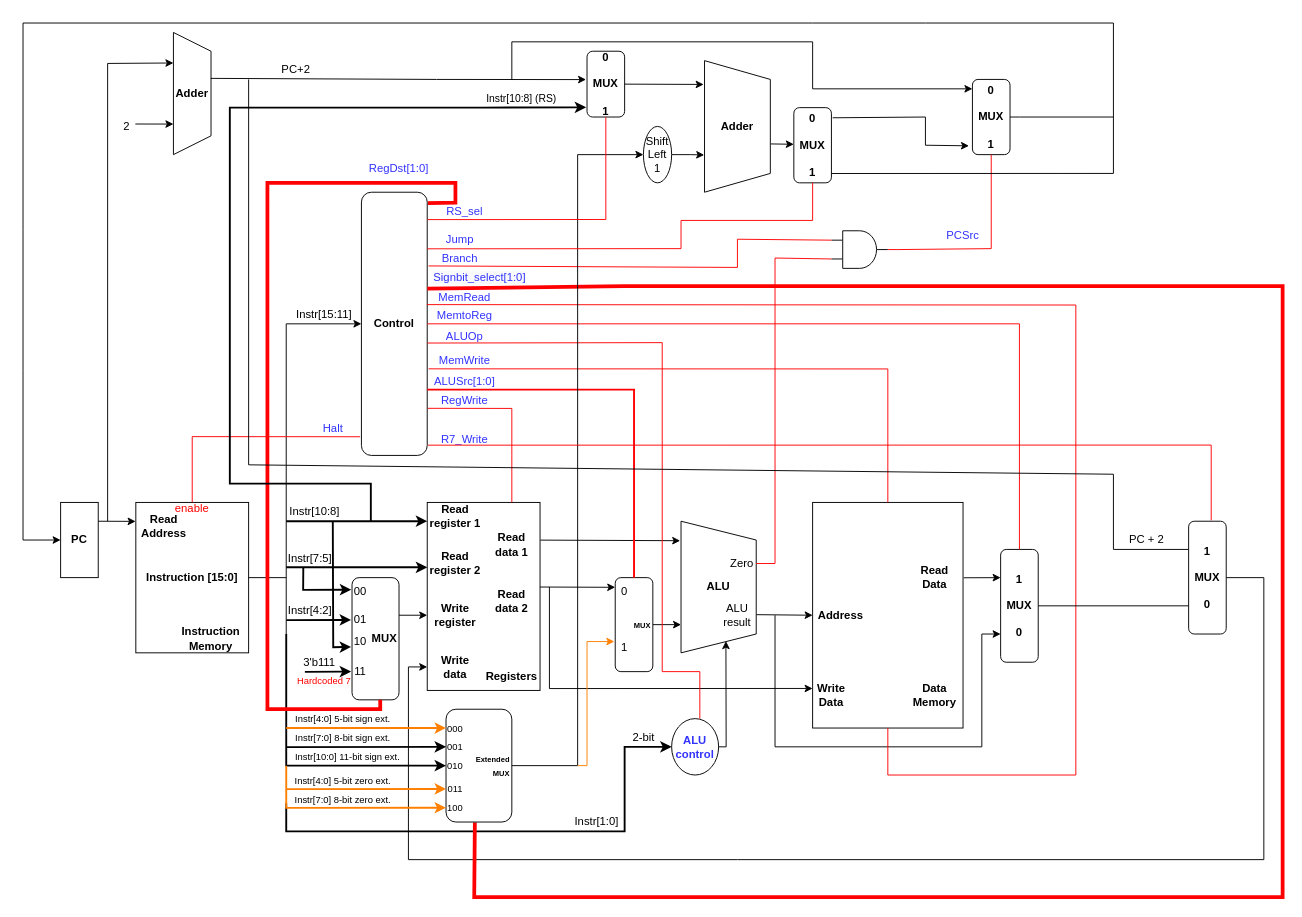
Above: WISC-SP22.drawio in joshmeiyb/ECE552 (draw.io), before the change. Source tidied: cells renumbered, new cells numbered last; positions are measured from the earlier drawing's top-left corner, leaving out a move shared by most shapes. Both pictures are drawn from the tidied source at 94%, with x=0, y=0 at pixel (23, 23).
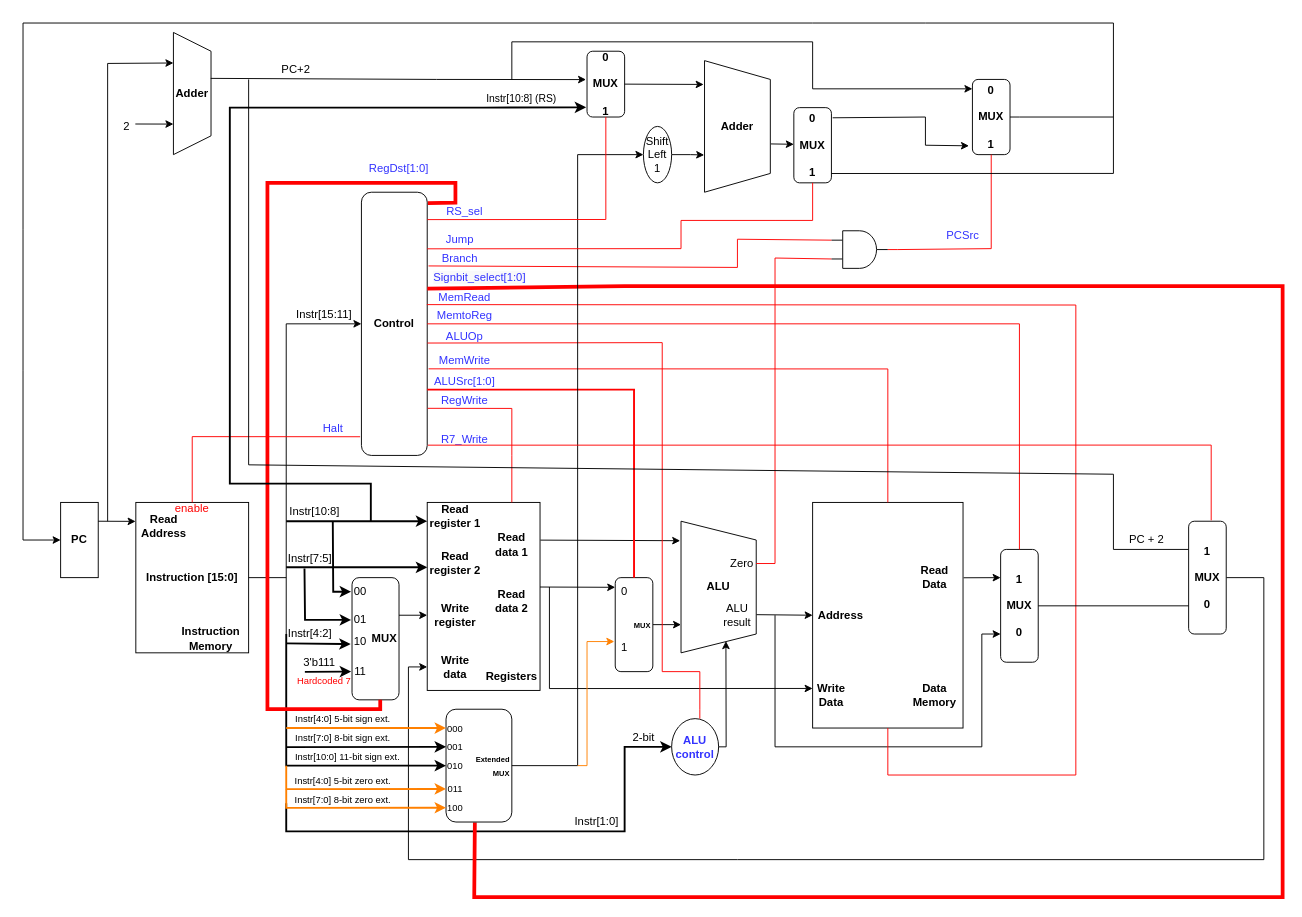
Above is the later version.

Unchanged cells that the change refers to:
```xml
<mxCell id="61" value="Instr[10:8]" style="text;html=1;align=center;verticalAlign=middle;points=[];strokeColor=none;fillColor=none;" parent="1" vertex="1">
  <mxGeometry x="275" y="510" width="70" height="20" as="geometry" />
</mxCell>
<mxCell id="62" value="Instr[7:5]" style="text;html=1;align=center;verticalAlign=middle;points=[];strokeColor=none;fillColor=none;" parent="1" vertex="1">
  <mxGeometry x="275" y="560" width="60" height="20" as="geometry" />
</mxCell>
<mxCell id="95" value="00" style="text;html=1;strokeColor=none;fillColor=none;align=center;verticalAlign=middle;whiteSpace=wrap;rounded=0;" parent="1" vertex="1">
  <mxGeometry x="349" y="590" width="20" height="30" as="geometry" />
</mxCell>
<mxCell id="96" value="01" style="text;html=1;strokeColor=none;fillColor=none;align=center;verticalAlign=middle;whiteSpace=wrap;rounded=0;" parent="1" vertex="1">
  <mxGeometry x="349" y="620" width="20" height="30" as="geometry" />
</mxCell>
<mxCell id="97" value="10" style="text;html=1;strokeColor=none;fillColor=none;align=center;verticalAlign=middle;whiteSpace=wrap;rounded=0;" parent="1" vertex="1">
  <mxGeometry x="349" y="645" width="20" height="25" as="geometry" />
</mxCell>
```

Change to the diagram source:
```diff
@@
-    <mxCell id="24" style="endArrow=classic;html=1;rounded=0;exitX=0.386;exitY=0.953;exitDx=0;exitDy=0;exitPerimeter=0;entryX=0.009;entryY=0.428;entryDx=0;entryDy=0;entryPerimeter=0;strokeWidth=2;" parent="1" edge="1" source="62" target="95">
+    <mxCell id="24" style="endArrow=classic;html=1;rounded=0;exitX=0.407;exitY=1.011;exitDx=0;exitDy=0;exitPerimeter=0;entryX=0;entryY=0.5;entryDx=0;entryDy=0;strokeWidth=2;" parent="1" edge="1" source="62" target="96">
       <mxGeometry relative="1" as="geometry">
         <Array as="points">
-          <mxPoint x="298" y="603" />
+          <mxPoint x="300" y="635" />
         </Array>
       </mxGeometry>
     </mxCell>
-    <mxCell id="25" style="endArrow=classic;html=1;rounded=0;entryX=0;entryY=0.5;entryDx=0;entryDy=0;exitX=0.086;exitY=1.013;exitDx=0;exitDy=0;exitPerimeter=0;strokeWidth=2;" parent="1" edge="1" source="63" target="96">
-      <mxGeometry relative="1" as="geometry" />
+    <mxCell id="25" style="endArrow=classic;html=1;rounded=0;entryX=-0.023;entryY=0.629;entryDx=0;entryDy=0;strokeWidth=2;entryPerimeter=0;" parent="1" edge="1" target="97">
+      <mxGeometry relative="1" as="geometry">
+        <mxPoint x="280" y="660" as="sourcePoint" />
+      </mxGeometry>
     </mxCell>
@@
     <mxCell id="63" value="Instr[4:2]" style="text;html=1;align=center;verticalAlign=middle;points=[];strokeColor=none;fillColor=none;" parent="1" vertex="1">
-      <mxGeometry x="275" y="615" width="60" height="20" as="geometry" />
+      <mxGeometry x="275" y="640" width="60" height="20" as="geometry" />
     </mxCell>
@@
-    <mxCell id="99" style="endArrow=classic;html=1;rounded=0;strokeColor=#000000;strokeWidth=2;exitX=0.779;exitY=1.017;exitDx=0;exitDy=0;exitPerimeter=0;entryX=0;entryY=0.75;entryDx=0;entryDy=0;" parent="1" edge="1" source="61" target="97">
+    <mxCell id="99" style="endArrow=classic;html=1;rounded=0;strokeColor=#000000;strokeWidth=2;exitX=0.779;exitY=1.017;exitDx=0;exitDy=0;exitPerimeter=0;entryX=0;entryY=0.5;entryDx=0;entryDy=0;" parent="1" edge="1" source="61" target="95">
       <mxGeometry relative="1" as="geometry">
         <Array as="points">
-          <mxPoint x="330" y="664" />
+          <mxPoint x="330" y="605" />
         </Array>
       </mxGeometry>
     </mxCell>
```
